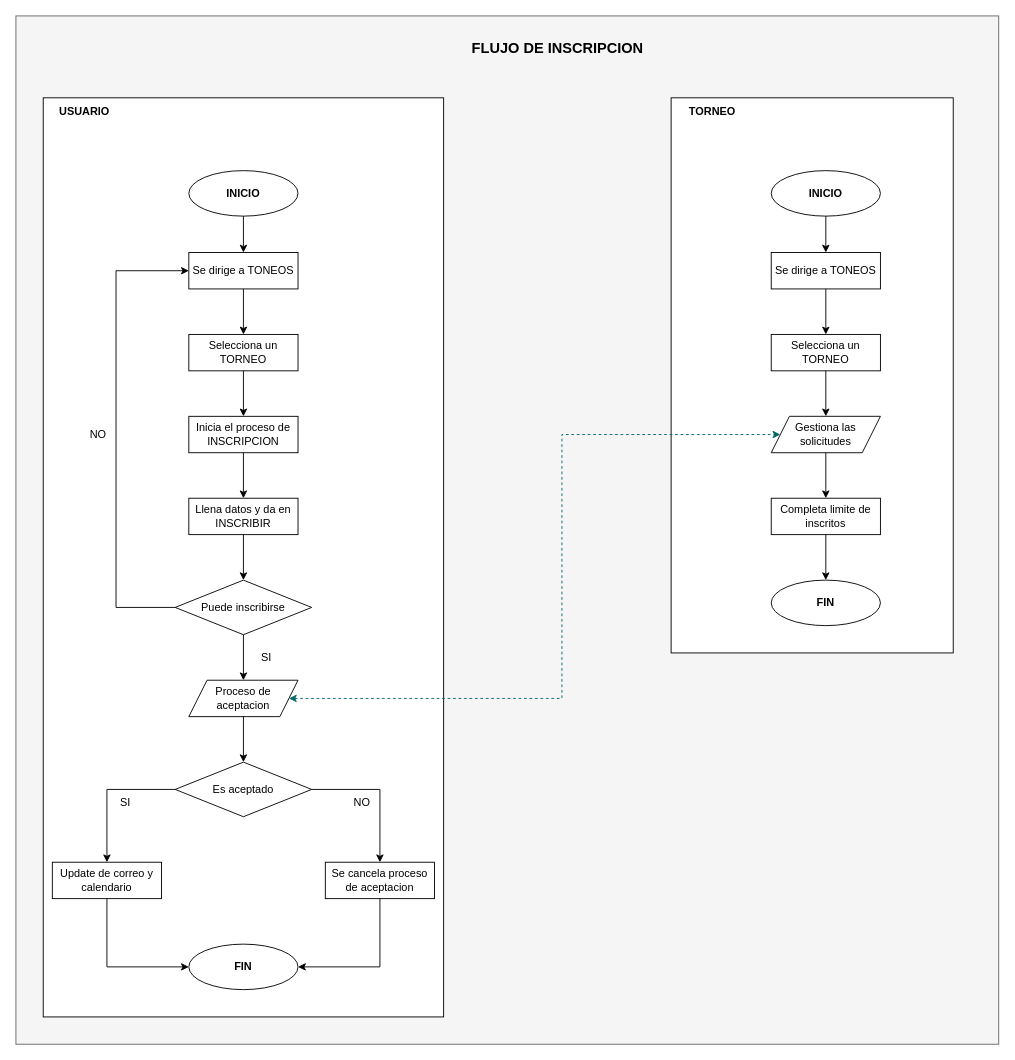
JosephBaquerizo/kruger-challenge keeps this draw.io diagram as Untitled Diagram.drawio. Above is the earlier version. Source tidied: cells renumbered, new cells numbered last; positions are measured from the earlier drawing's top-left corner, leaving out a move shared by most shapes. Both pictures are drawn from the tidied source at 91%, with x=0, y=0 at pixel (15, 15).
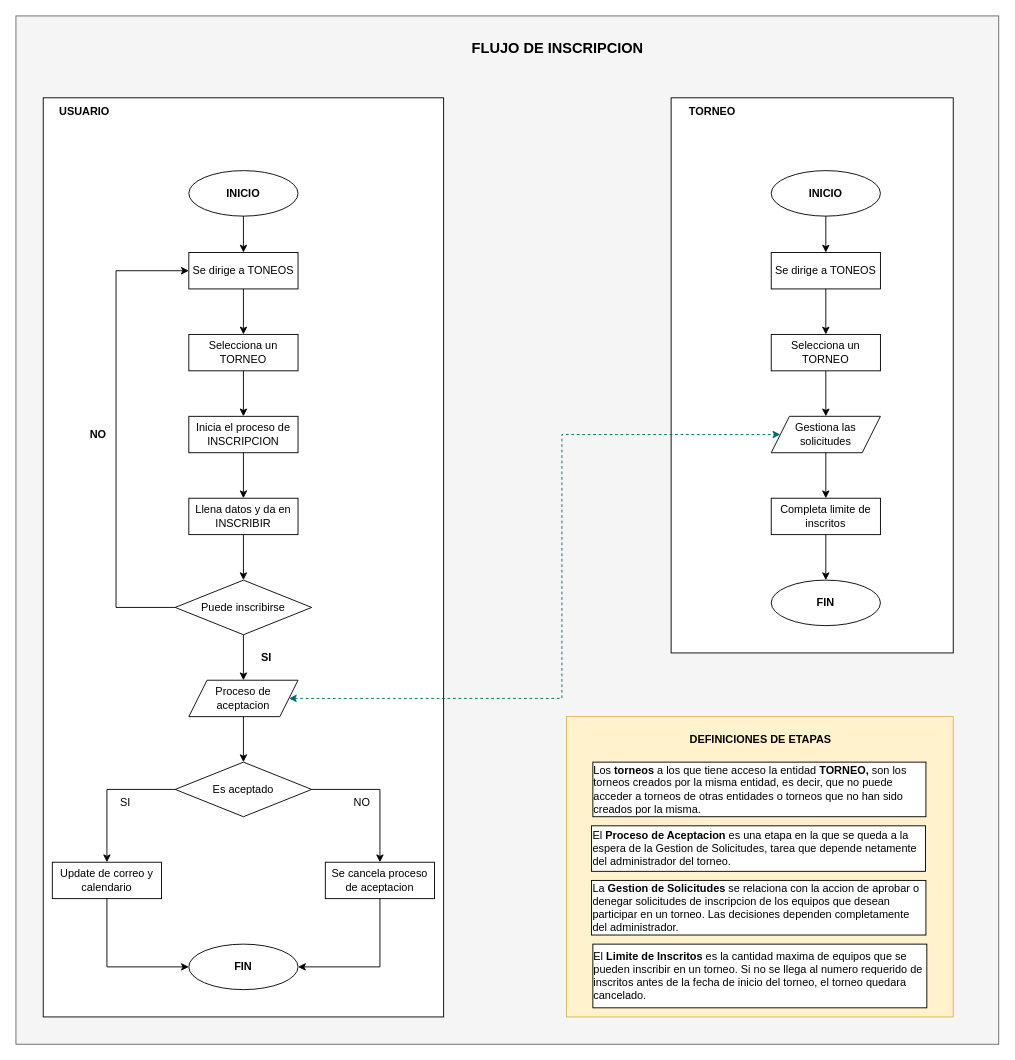
After the change.

Commit message:
tornio-flujo-inscripcion

What changed in the source:
```diff
@@
-    <mxCell id="13" value="NO" style="text;html=1;align=center;verticalAlign=middle;strokeColor=none;fillColor=none;" parent="1" vertex="1">
+    <mxCell id="13" value="&lt;b&gt;NO&lt;/b&gt;" style="text;html=1;align=center;verticalAlign=middle;strokeColor=none;fillColor=none;" parent="1" vertex="1">
       <mxGeometry x="70" y="445" width="40" height="30" as="geometry" />
     </mxCell>
@@
-    <mxCell id="27" value="SI" style="text;html=1;align=center;verticalAlign=middle;strokeColor=none;fillColor=none;" parent="1" vertex="1">
+    <mxCell id="27" value="&lt;b&gt;SI&lt;/b&gt;" style="text;html=1;align=center;verticalAlign=middle;strokeColor=none;fillColor=none;" parent="1" vertex="1">
       <mxGeometry x="255" y="690" width="40" height="30" as="geometry" />
     </mxCell>
@@
+    <mxCell id="47" style="rounded=0;whiteSpace=wrap;html=1;fillColor=#fff2cc;strokeColor=#d6b656;" parent="1" vertex="1">
+      <mxGeometry x="605" y="770" width="425" height="330" as="geometry" />
+    </mxCell>
+    <mxCell id="48" value="&lt;div align=&quot;left&quot;&gt;La &lt;b&gt;Gestion de Solicitudes&lt;/b&gt; se relaciona con la accion de aprobar o denegar solicitudes de inscripcion de los equipos que desean participar en un torneo. Las decisiones dependen completamente del administrador.&lt;br&gt;&lt;/div&gt;" style="rounded=0;whiteSpace=wrap;html=1;" parent="1" vertex="1">
+      <mxGeometry x="632.5" y="950" width="367.5" height="60" as="geometry" />
+    </mxCell>
+    <mxCell id="49" value="&lt;div align=&quot;left&quot;&gt;El &lt;b&gt;Proceso de Aceptacion&lt;/b&gt; es una etapa en la que se queda a la espera de la Gestion de Solicitudes, tarea que depende netamente del administrador del torneo.&lt;br&gt;&lt;/div&gt;" style="rounded=0;whiteSpace=wrap;html=1;" parent="1" vertex="1">
+      <mxGeometry x="632.5" y="890" width="367" height="50" as="geometry" />
+    </mxCell>
+    <mxCell id="50" value="&lt;div align=&quot;left&quot;&gt;El &lt;b&gt;Limite de Inscritos&lt;/b&gt; es la cantidad maxima de equipos que se pueden inscribir en un torneo. Si no se llega al numero requerido de inscritos antes de la fecha de inicio del torneo, el torneo quedara cancelado.&lt;br&gt;&lt;/div&gt;" style="rounded=0;whiteSpace=wrap;html=1;" parent="1" vertex="1">
+      <mxGeometry x="634" y="1020" width="367" height="70" as="geometry" />
+    </mxCell>
+    <mxCell id="51" value="DEFINICIONES DE ETAPAS" style="text;html=1;align=center;verticalAlign=middle;strokeColor=none;fillColor=none;fontStyle=1;" parent="1" vertex="1">
+      <mxGeometry x="712.5" y="780" width="210" height="30" as="geometry" />
+    </mxCell>
+    <mxCell id="52" value="&lt;div align=&quot;left&quot;&gt;Los &lt;b&gt;torneos&lt;/b&gt; a los que tiene acceso la entidad &lt;b&gt;TORNEO, &lt;/b&gt;son los torneos creados por la misma entidad, es decir, que no puede acceder a torneos de otras entidades o torneos que no han sido creados por la misma.&lt;br&gt;&lt;/div&gt;" style="rounded=0;whiteSpace=wrap;html=1;" parent="1" vertex="1">
+      <mxGeometry x="634" y="820" width="366" height="60" as="geometry" />
+    </mxCell>
```
